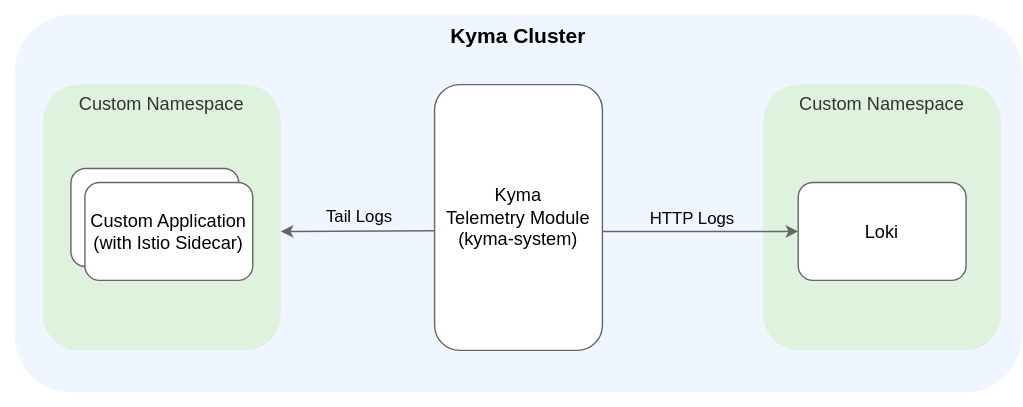
kyma-project/telemetry-manager keeps this draw.io diagram as docs/user/integration/assets/loki.drawio.svg. Above is the earlier version. Source tidied: cells renumbered, new cells last; positions are measured from the earlier drawing's top-left corner, leaving out a move shared by most shapes. Source of this version:
```xml
<mxGraphModel background="#FFFFFF">
  <root>
    <mxCell id="0" />
    <mxCell id="1" parent="0" />
    <mxCell id="2" style="rounded=0;whiteSpace=wrap;html=1;strokeColor=none;" parent="1" vertex="1">
      <mxGeometry width="730" height="290" as="geometry" />
    </mxCell>
    <mxCell id="3" value="&lt;b&gt;&lt;font style=&quot;font-size: 15px;&quot;&gt;Kyma Cluster&lt;br&gt;&lt;/font&gt;&lt;/b&gt;" style="rounded=1;whiteSpace=wrap;html=1;fillColor=#F0F6FF;strokeColor=none;verticalAlign=top;" parent="1" vertex="1">
      <mxGeometry x="10" y="10" width="720" height="270" as="geometry" />
    </mxCell>
    <mxCell id="4" value="&lt;font style=&quot;font-size: 13px;&quot;&gt;Custom Namespace&lt;br&gt;&lt;/font&gt;" style="rounded=1;whiteSpace=wrap;html=1;fillColor=#DEF2DD;fontColor=#333333;strokeColor=none;verticalAlign=top;" parent="1" vertex="1">
      <mxGeometry x="30" y="60" width="170" height="190" as="geometry" />
    </mxCell>
    <mxCell id="5" value="&lt;font style=&quot;font-size: 13px;&quot;&gt;Kyma &lt;br&gt;Telemetry Module&lt;br style=&quot;border-color: var(--border-color);&quot;&gt;(kyma-system)&lt;/font&gt;" style="rounded=1;whiteSpace=wrap;html=1;fillColor=#FFFFFF;strokeColor=#666666;" parent="1" vertex="1">
      <mxGeometry x="310" y="60" width="120" height="190" as="geometry" />
    </mxCell>
    <mxCell id="6" style="edgeStyle=none;rounded=1;jettySize=auto;html=1;strokeColor=#666666;entryX=0;entryY=0.55;entryDx=0;entryDy=0;entryPerimeter=0;endArrow=none;endFill=0;startArrow=classic;startFill=1;" parent="1" edge="1" target="5">
      <mxGeometry relative="1" as="geometry">
        <mxPoint x="200" y="165" as="sourcePoint" />
      </mxGeometry>
    </mxCell>
    <mxCell id="7" value="Tail Logs" style="edgeLabel;html=1;align=center;verticalAlign=middle;labelBackgroundColor=none;fontStyle=0;fontSize=12;" parent="6" vertex="1">
      <mxGeometry x="-0.29" y="2" relative="1" as="geometry">
        <mxPoint x="17" y="-8" as="offset" />
      </mxGeometry>
    </mxCell>
    <mxCell id="8" style="rounded=1;whiteSpace=wrap;html=1;fontSize=13;fontStyle=0;strokeColor=#666666;" parent="1" vertex="1">
      <mxGeometry x="50" y="120" width="120" height="70" as="geometry" />
    </mxCell>
    <mxCell id="9" value="&lt;font style=&quot;font-size: 12px;&quot;&gt;HTTP Logs&lt;/font&gt;" style="edgeLabel;html=1;align=center;verticalAlign=middle;fontStyle=0;labelBackgroundColor=none;fontSize=12;" parent="1" vertex="1">
      <mxGeometry x="534.9" y="104" as="geometry">
        <mxPoint x="-41" y="51" as="offset" />
      </mxGeometry>
    </mxCell>
    <mxCell id="10" style="edgeStyle=orthogonalEdgeStyle;rounded=0;orthogonalLoop=1;jettySize=auto;html=1;exitX=0.5;exitY=1;exitDx=0;exitDy=0;" parent="1" edge="1" source="5" target="5">
      <mxGeometry relative="1" as="geometry" />
    </mxCell>
    <mxCell id="11" value="&lt;font style=&quot;font-size: 13px;&quot;&gt;Custom Namespace&lt;br&gt;&lt;/font&gt;" style="rounded=1;whiteSpace=wrap;html=1;fillColor=#DEF2DD;fontColor=#333333;strokeColor=none;verticalAlign=top;" parent="1" vertex="1">
      <mxGeometry x="545" y="60" width="170" height="190" as="geometry" />
    </mxCell>
    <mxCell id="12" value="Loki" style="rounded=1;whiteSpace=wrap;html=1;fontSize=13;fontStyle=0;strokeColor=#666666;" parent="1" vertex="1">
      <mxGeometry x="570" y="130" width="120" height="70" as="geometry" />
    </mxCell>
    <mxCell id="13" value="Custom Application&lt;br&gt;(with Istio Sidecar)" style="rounded=1;whiteSpace=wrap;html=1;fontSize=13;fontStyle=0;strokeColor=#666666;" parent="1" vertex="1">
      <mxGeometry x="60" y="130" width="120" height="70" as="geometry" />
    </mxCell>
    <mxCell id="14" style="edgeStyle=none;rounded=1;jettySize=auto;html=1;exitX=1;exitY=0.553;exitDx=0;exitDy=0;entryX=0;entryY=0.5;entryDx=0;entryDy=0;strokeColor=#666666;exitPerimeter=0;" parent="1" edge="1" source="5" target="12">
      <mxGeometry relative="1" as="geometry" />
    </mxCell>
  </root>
</mxGraphModel>
```
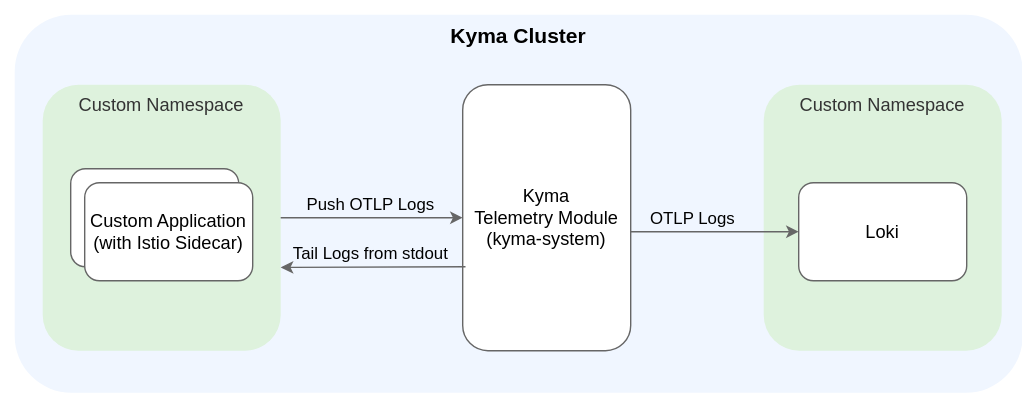
After the commit.

Commit message:
docs: Use new otlp output in Loki integration guide

Change to the diagram source:
```diff
@@ -12,14 +12,15 @@
       <mxGeometry x="30" y="60" width="170" height="190" as="geometry" />
     </mxCell>
     <mxCell id="5" value="&lt;font style=&quot;font-size: 13px;&quot;&gt;Kyma &lt;br&gt;Telemetry Module&lt;br style=&quot;border-color: var(--border-color);&quot;&gt;(kyma-system)&lt;/font&gt;" style="rounded=1;whiteSpace=wrap;html=1;fillColor=#FFFFFF;strokeColor=#666666;" parent="1" vertex="1">
-      <mxGeometry x="310" y="60" width="120" height="190" as="geometry" />
+      <mxGeometry x="330" y="60" width="120" height="190" as="geometry" />
     </mxCell>
-    <mxCell id="6" style="edgeStyle=none;rounded=1;jettySize=auto;html=1;strokeColor=#666666;entryX=0;entryY=0.55;entryDx=0;entryDy=0;entryPerimeter=0;endArrow=none;endFill=0;startArrow=classic;startFill=1;" parent="1" edge="1" target="5">
+    <mxCell id="6" style="edgeStyle=none;rounded=1;orthogonalLoop=1;jettySize=auto;html=1;strokeColor=#666666;endArrow=none;endFill=0;startArrow=classic;startFill=1;" parent="1" edge="1">
       <mxGeometry relative="1" as="geometry">
-        <mxPoint x="200" y="165" as="sourcePoint" />
+        <mxPoint x="200" y="190.5" as="sourcePoint" />
+        <mxPoint x="332" y="190" as="targetPoint" />
       </mxGeometry>
     </mxCell>
-    <mxCell id="7" value="Tail Logs" style="edgeLabel;html=1;align=center;verticalAlign=middle;labelBackgroundColor=none;fontStyle=0;fontSize=12;" parent="6" vertex="1">
+    <mxCell id="7" value="Tail Logs from stdout" style="edgeLabel;html=1;align=center;verticalAlign=middle;labelBackgroundColor=none;fontStyle=0;fontSize=12;" parent="6" vertex="1">
       <mxGeometry x="-0.29" y="2" relative="1" as="geometry">
         <mxPoint x="17" y="-8" as="offset" />
       </mxGeometry>
@@ -27,7 +28,7 @@
     <mxCell id="8" style="rounded=1;whiteSpace=wrap;html=1;fontSize=13;fontStyle=0;strokeColor=#666666;" parent="1" vertex="1">
       <mxGeometry x="50" y="120" width="120" height="70" as="geometry" />
     </mxCell>
-    <mxCell id="9" value="&lt;font style=&quot;font-size: 12px;&quot;&gt;HTTP Logs&lt;/font&gt;" style="edgeLabel;html=1;align=center;verticalAlign=middle;fontStyle=0;labelBackgroundColor=none;fontSize=12;" parent="1" vertex="1">
+    <mxCell id="9" value="&lt;font style=&quot;font-size: 12px;&quot;&gt;OTLP Logs&lt;/font&gt;" style="edgeLabel;html=1;align=center;verticalAlign=middle;fontStyle=0;labelBackgroundColor=none;fontSize=12;" parent="1" vertex="1">
       <mxGeometry x="534.9" y="104" as="geometry">
         <mxPoint x="-41" y="51" as="offset" />
       </mxGeometry>
@@ -47,5 +48,13 @@
     <mxCell id="14" style="edgeStyle=none;rounded=1;jettySize=auto;html=1;exitX=1;exitY=0.553;exitDx=0;exitDy=0;entryX=0;entryY=0.5;entryDx=0;entryDy=0;strokeColor=#666666;exitPerimeter=0;" parent="1" edge="1" source="5" target="12">
       <mxGeometry relative="1" as="geometry" />
     </mxCell>
+    <mxCell id="15" style="edgeStyle=none;rounded=1;jettySize=auto;html=1;strokeColor=#666666;entryX=1;entryY=0.5;entryDx=0;entryDy=0;endArrow=none;endFill=0;startArrow=classic;startFill=1;exitX=0;exitY=0.5;exitDx=0;exitDy=0;" parent="1" edge="1" source="5" target="4">
+      <mxGeometry relative="1" as="geometry" />
+    </mxCell>
+    <mxCell id="16" value="Push OTLP Logs" style="edgeLabel;html=1;align=center;verticalAlign=middle;labelBackgroundColor=none;fontStyle=0;fontSize=12;" parent="15" vertex="1">
+      <mxGeometry x="-0.29" y="2" relative="1" as="geometry">
+        <mxPoint x="-21" y="-12" as="offset" />
+      </mxGeometry>
+    </mxCell>
   </root>
 </mxGraphModel>
```
